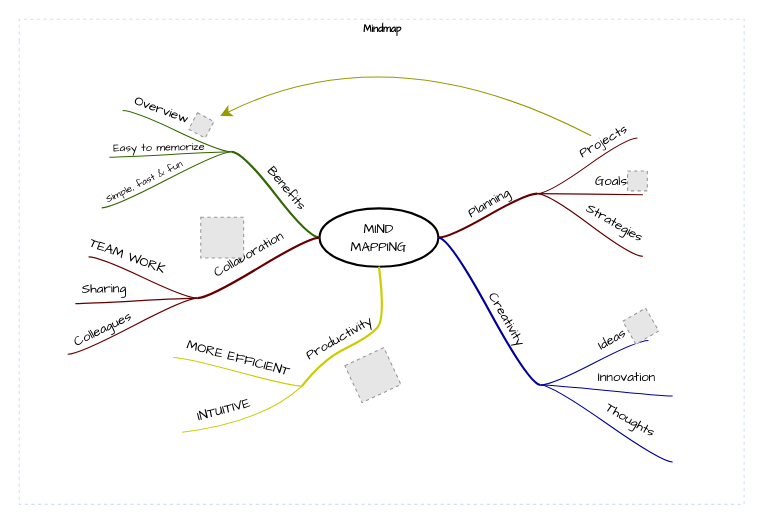
Above: Untitled Diagram.drawio in MoaazNabil48123/Draw.IO (draw.io), before the change. Source tidied: cells renumbered, new cells numbered last; positions are measured from the earlier drawing's top-left corner, leaving out a move shared by most shapes. Both pictures are drawn from the tidied source at 110%, with x=0, y=0 at pixel (19, 19). Pictures stored in the file or linked from it are replaced by grey dashed boxes.
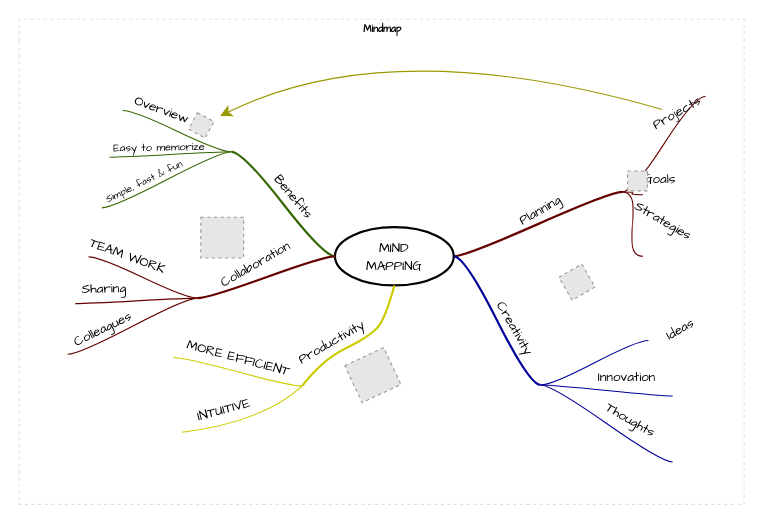
The same page after the edit.

The change refers to these unchanged cells:
```xml
<mxCell id="2" value="Mindmap" style="swimlane;html=1;startSize=20;horizontal=1;containerType=tree;labelBackgroundColor=none;strokeColor=#D4E1F5;strokeWidth=1;fillColor=none;fontFamily=Comic Sans MS;fontSize=9;swimlaneLine=0;dashed=1;" parent="1" vertex="1">
  <mxGeometry width="659" height="441" as="geometry" />
</mxCell>
<mxCell id="7" style="whiteSpace=wrap;html=1;rounded=1;arcSize=50;align=center;verticalAlign=middle;strokeWidth=1;spacing=4;" parent="2" vertex="1" collapsed="1">
  <mxGeometry x="562" y="108" width="5" as="geometry" />
</mxCell>
<mxCell id="20" style="edgeStyle=entityRelationEdgeStyle;startArrow=none;endArrow=none;segment=10;curved=1;strokeColor=#000099;rounded=0;fontSize=12;startSize=8;endSize=8;" parent="2" edge="1" source="16" target="19">
  <mxGeometry relative="1" as="geometry" />
</mxCell>
```

What changed in the source:
```diff
@@
     <mxCell id="3" value="&lt;font face=&quot;Comic Sans MS&quot;&gt;MIND&lt;br&gt;MAPPING&lt;/font&gt;" style="ellipse;whiteSpace=wrap;html=1;align=center;strokeWidth=2;" parent="2" vertex="1">
-      <mxGeometry x="273" y="172" width="108" height="53" as="geometry" />
+      <mxGeometry x="287" y="189" width="108" height="53" as="geometry" />
     </mxCell>
     <mxCell id="4" style="whiteSpace=wrap;html=1;rounded=1;arcSize=50;align=center;verticalAlign=middle;strokeWidth=1;spacing=4;" parent="2" vertex="1">
-      <mxGeometry x="471" y="158" height="1" as="geometry" />
+      <mxGeometry x="548" y="156" height="2" as="geometry" />
     </mxCell>
@@
-    <mxCell id="8" style="edgeStyle=entityRelationEdgeStyle;startArrow=none;endArrow=none;segment=10;curved=1;strokeColor=#660000;rounded=0;fontSize=12;startSize=8;endSize=8;" parent="2" edge="1" source="4" target="7">
-      <mxGeometry relative="1" as="geometry" />
+    <mxCell id="8" style="edgeStyle=entityRelationEdgeStyle;startArrow=none;endArrow=none;segment=10;curved=1;strokeColor=#660000;rounded=0;fontSize=12;startSize=8;endSize=8;" parent="2" edge="1" source="4">
+      <mxGeometry relative="1" as="geometry">
+        <mxPoint x="624" y="70" as="targetPoint" />
+      </mxGeometry>
     </mxCell>
@@
     <mxCell id="21" value="Ideas" style="text;html=1;align=center;verticalAlign=middle;labelBackgroundColor=none;fontFamily=Comic Sans MS;rotation=-30;" parent="20" vertex="1">
       <mxGeometry x="0.26" relative="1" as="geometry">
-        <mxPoint x="3" y="-14" as="offset" />
+        <mxPoint x="65" y="-23" as="offset" />
       </mxGeometry>
     </mxCell>
@@
     <mxCell id="28" style="fillColor=#E6E6E6;strokeColor=#999999;dashed=1;html=1;verticalAlign=top;verticalLabelPosition=bottom;labelBackgroundColor=#ffffff;fontFamily=Comic Sans MS;rotation=-30;" parent="2" vertex="1">
-      <mxGeometry x="553" y="267" width="24" height="24" as="geometry" />
+      <mxGeometry x="495" y="227" width="24" height="24" as="geometry" />
     </mxCell>
```
